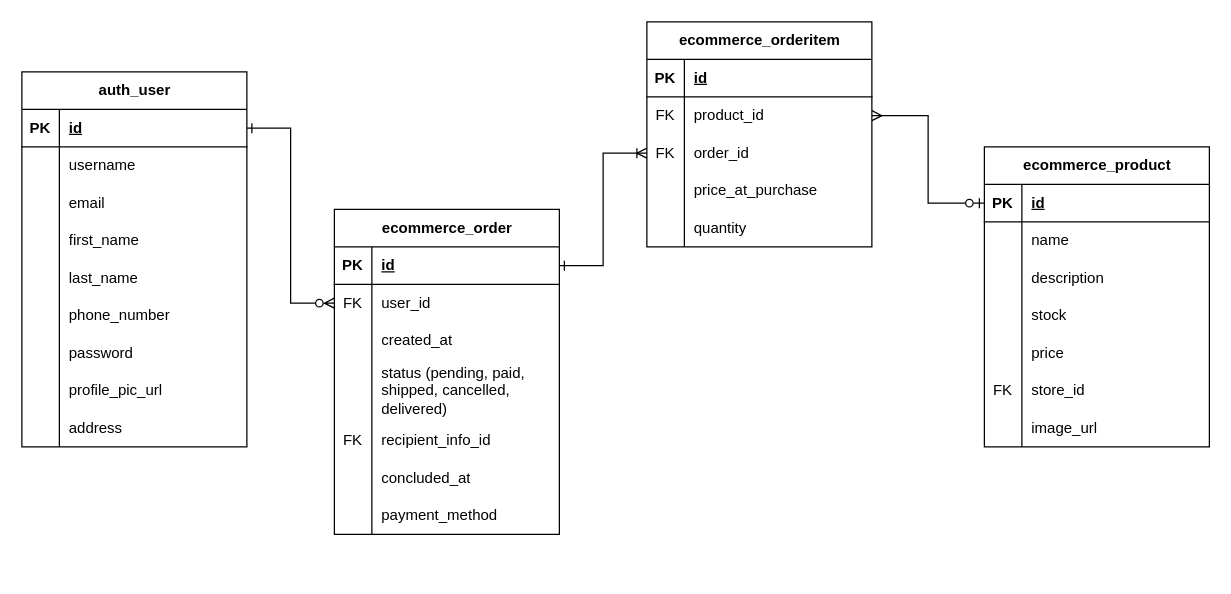
This is page "Order a product" (3 of 3) of E-Commerce API ERD.drawio from RHILIUS/drawio, a draw.io file, before an edit. Source tidied: cells renumbered, new cells numbered last; positions are measured from the earlier drawing's top-left corner, leaving out a move shared by most shapes. Both pictures are drawn from the tidied source at 125%, with x=0, y=0 at pixel (21, 21).
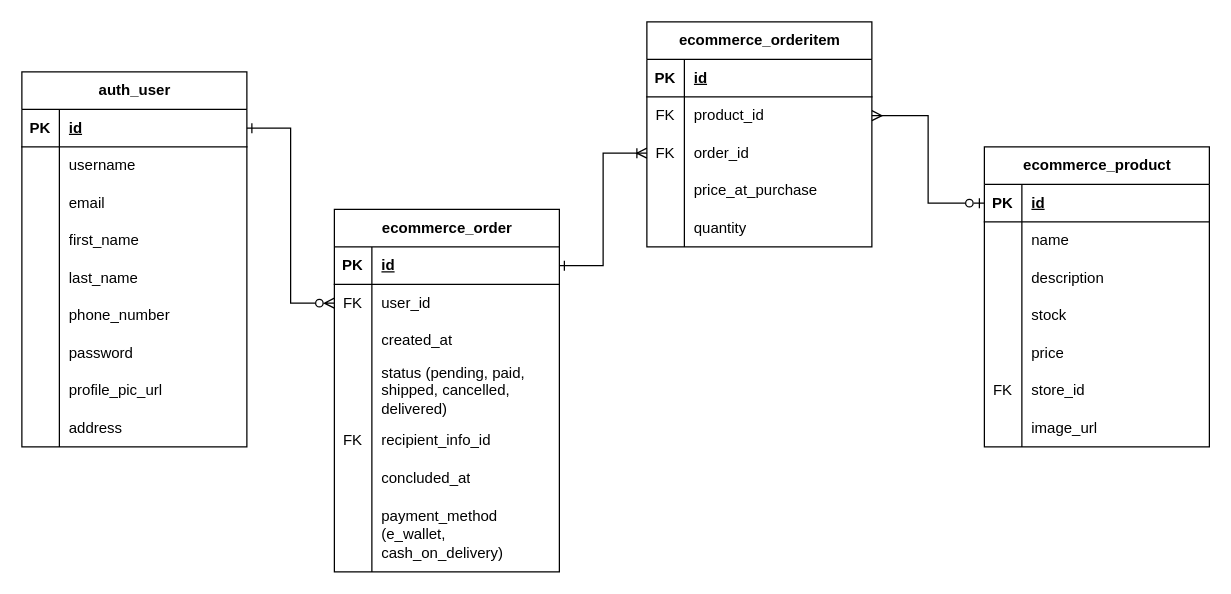
Above is the later version.

Commit message (it also covers changes not shown here):
feat: add options on payment_method field

What changed in the source:
```diff
@@
     <mxCell id="30" value="ecommerce_order" style="shape=table;startSize=30;childLayout=tableLayout;rowLines=0;fontStyle=1;align=center;html=1;" parent="1" vertex="1">
-      <mxGeometry x="250" y="150" width="180" height="260" as="geometry" />
+      <mxGeometry x="250" y="150" width="180" height="290" as="geometry" />
     </mxCell>
@@
     <mxCell id="49" style="shape=tableRow;horizontal=0;startSize=0;swimlaneHead=0;swimlaneBody=0;fillColor=none;top=0;left=0;right=0;bottom=0;" parent="30" vertex="1">
-      <mxGeometry y="230" width="180" height="30" as="geometry" />
+      <mxGeometry y="230" width="180" height="60" as="geometry" />
     </mxCell>
     <mxCell id="50" value="&lt;div&gt;&lt;br&gt;&lt;/div&gt;" style="shape=partialRectangle;fillColor=none;top=0;left=0;bottom=0;right=0;overflow=hidden;whiteSpace=wrap;html=1;" parent="49" vertex="1">
-      <mxGeometry width="30" height="30" as="geometry" />
+      <mxGeometry width="30" height="60" as="geometry" />
     </mxCell>
-    <mxCell id="51" value="payment_method" style="shape=partialRectangle;fillColor=none;top=0;left=0;bottom=0;right=0;align=left;spacingLeft=6;overflow=hidden;whiteSpace=wrap;html=1;" parent="49" vertex="1">
-      <mxGeometry x="30" width="150" height="30" as="geometry" />
+    <mxCell id="51" value="payment_method (e_wallet, cash_on_delivery)" style="shape=partialRectangle;fillColor=none;top=0;left=0;bottom=0;right=0;align=left;spacingLeft=6;overflow=hidden;whiteSpace=wrap;html=1;" parent="49" vertex="1">
+      <mxGeometry x="30" width="150" height="60" as="geometry" />
     </mxCell>
```
